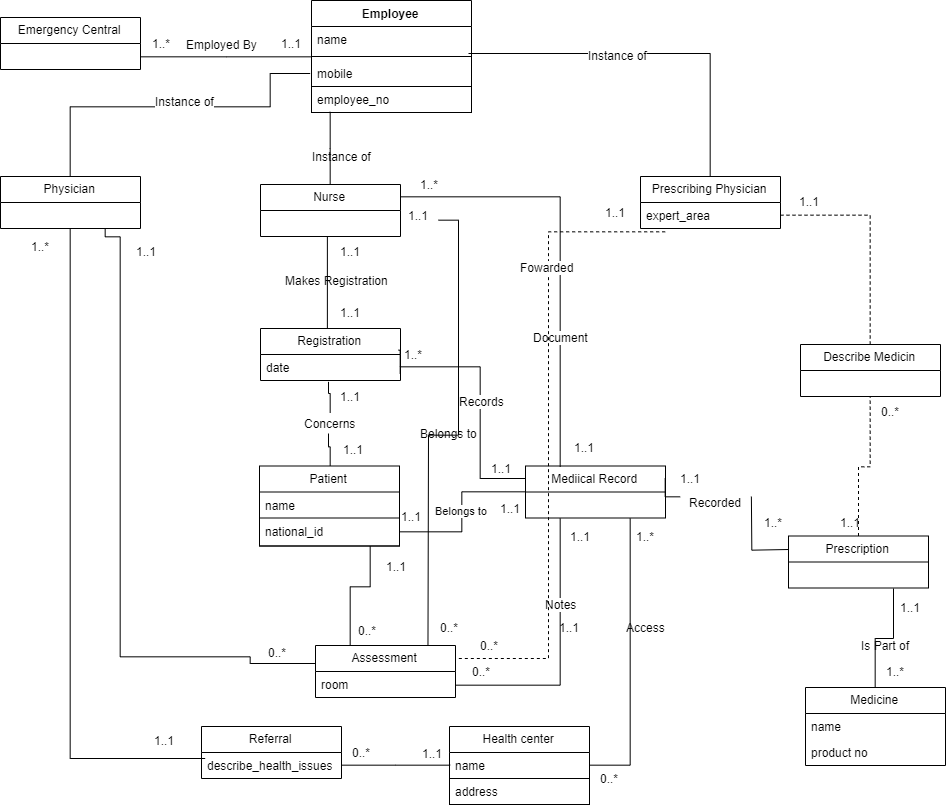
kestersimm/drawio keeps this draw.io diagram as mod-t-2.png. Above is the earlier version. Source tidied: cells renumbered, new cells last; positions are measured from the earlier drawing's top-left corner, leaving out a move shared by most shapes.
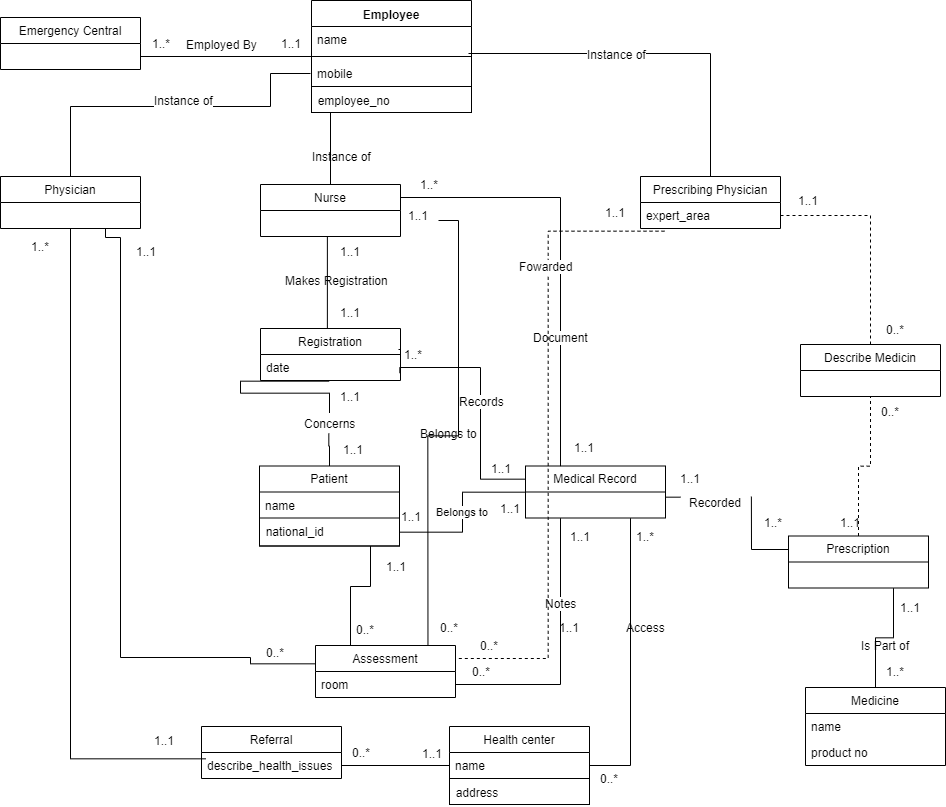
Later version of the same file.

Diff of the diagram source:
```diff
@@ -199,7 +199,7 @@
     <mxCell id="57" style="edgeStyle=orthogonalEdgeStyle;rounded=0;jettySize=auto;html=1;exitX=0.75;exitY=1;exitDx=0;exitDy=0;entryX=1;entryY=0.5;entryDx=0;entryDy=0;endArrow=none;endFill=0;" parent="1" edge="1" source="58" target="54">
       <mxGeometry relative="1" as="geometry" />
     </mxCell>
-    <mxCell id="58" value="Mediical Record" style="swimlane;fontStyle=0;horizontal=1;startSize=26;fillColor=none;" parent="1" vertex="1">
+    <mxCell id="58" value="Medical Record" style="swimlane;fontStyle=0;horizontal=1;startSize=26;fillColor=none;" parent="1" vertex="1">
       <mxGeometry x="525" y="465.5" width="140" height="52" as="geometry" />
     </mxCell>
     <mxCell id="59" style="edgeStyle=orthogonalEdgeStyle;rounded=0;jettySize=auto;html=1;endArrow=none;endFill=0;entryX=0.25;entryY=1;entryDx=0;entryDy=0;" parent="1" edge="1" source="44" target="58">
@@ -350,5 +350,8 @@
     <mxCell id="103" value="1..1" style="text;html=1;align=center;verticalAlign=middle;labelBackgroundColor=#ffffff;" parent="102" vertex="1">
       <mxGeometry x="-0.75" y="15" relative="1" as="geometry" />
     </mxCell>
+    <mxCell id="104" value="0..*" style="text;html=1;align=center;verticalAlign=middle;" parent="1" vertex="1">
+      <mxGeometry x="880" y="319" width="30" height="20" as="geometry" />
+    </mxCell>
   </root>
 </mxGraphModel>
```
